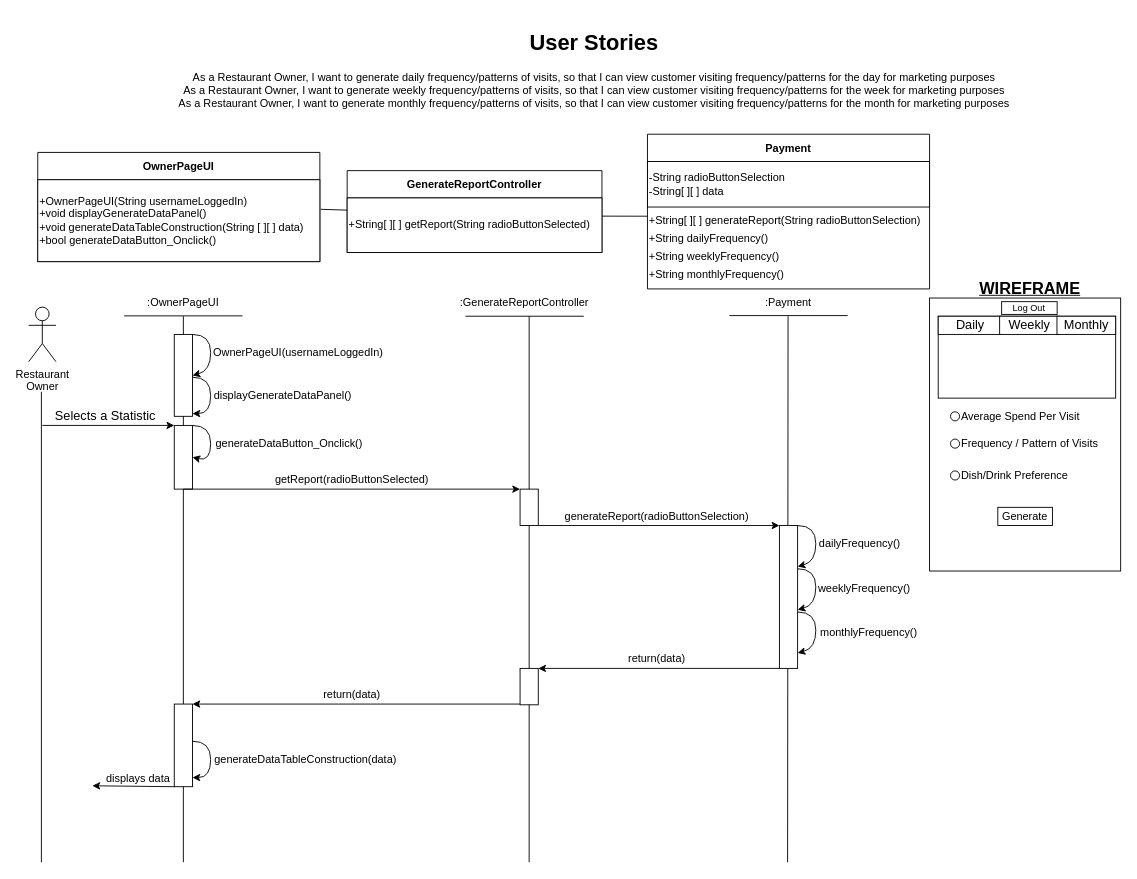
This is BCE_UML_and_Diagrams/RestaurantOwner/RestaurantOwner_VisitFrequency_#40_41_42.drawio from extred5700/JAVAGUI-Restaurant-Table-Order-System, a draw.io file, before an edit. Source tidied: cells renumbered, new cells numbered last; positions are measured from the earlier drawing's top-left corner, leaving out a move shared by most shapes. Both pictures are drawn from the tidied source at 91%, with x=0, y=0 at pixel (28, 25).
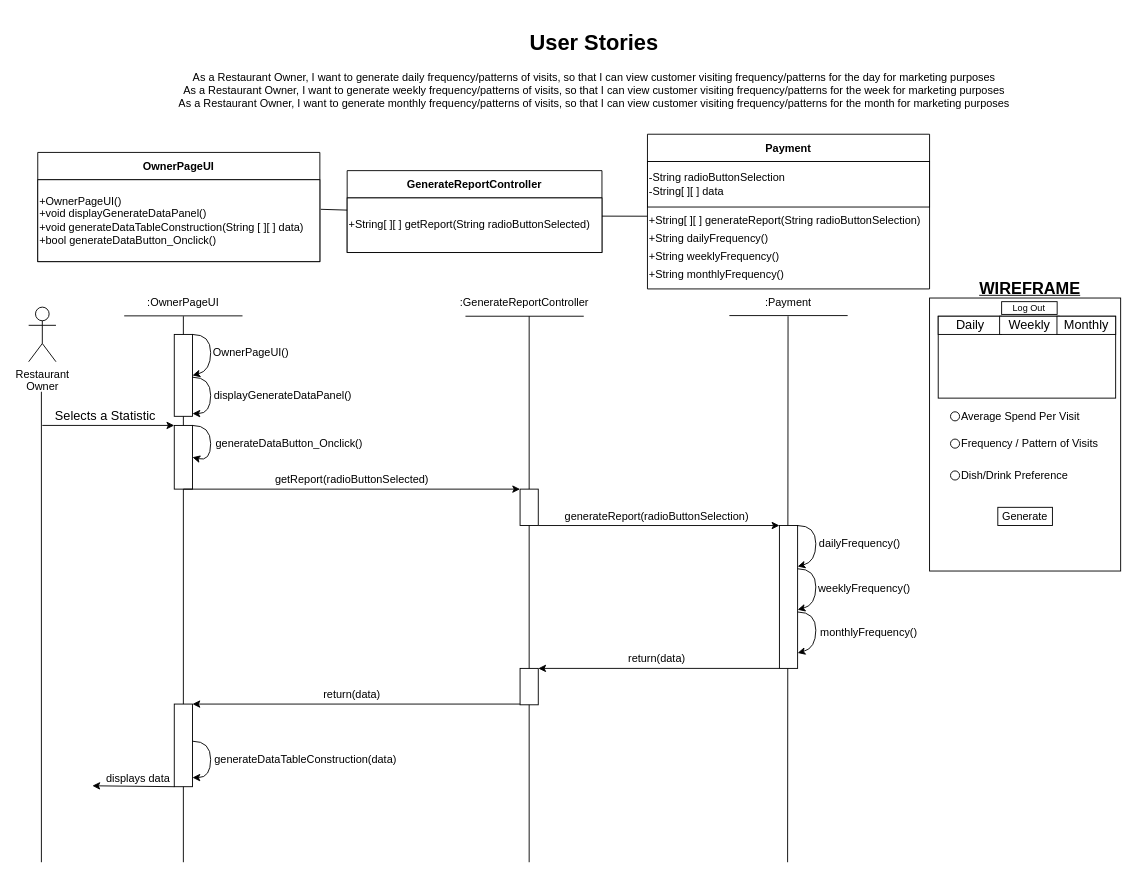
The same page after the edit.

Commit message (it also covers changes not shown here):
Fixed Restaurant Owner (Consistency)

Unchanged cells that the change refers to:
```xml
<mxCell id="2" value="OwnerPageUI" style="swimlane;startSize=30;" parent="1" vertex="1">
  <mxGeometry x="10" y="140" width="310" height="120" as="geometry" />
</mxCell>
```

The edit, as a diff of the source:
```diff
@@
-    <mxCell id="3" value="+OwnerPageUI(String usernameLoggedIn)&lt;br&gt;+void displayGenerateDataPanel()&lt;br&gt;+void generateDataTableConstruction(String [ ][ ] data)&lt;br&gt;+bool generateDataButton_Onclick()&lt;span&gt;&lt;br&gt;&lt;/span&gt;" style="whiteSpace=wrap;html=1;align=left;" parent="2" vertex="1">
+    <mxCell id="3" value="+OwnerPageUI()&lt;br&gt;+void displayGenerateDataPanel()&lt;br&gt;+void generateDataTableConstruction(String [ ][ ] data)&lt;br&gt;+bool generateDataButton_Onclick()&lt;span&gt;&lt;br&gt;&lt;/span&gt;" style="whiteSpace=wrap;html=1;align=left;" parent="2" vertex="1">
       <mxGeometry y="30" width="310" height="90" as="geometry" />
     </mxCell>
@@
-    <mxCell id="25" value="OwnerPageUI(usernameLoggedIn)" style="text;html=1;align=center;verticalAlign=middle;strokeColor=none;fillColor=none;" parent="1" vertex="1">
-      <mxGeometry x="196" y="350" width="200" height="20" as="geometry" />
+    <mxCell id="25" value="OwnerPageUI()" style="text;html=1;align=center;verticalAlign=middle;strokeColor=none;fillColor=none;" parent="1" vertex="1">
+      <mxGeometry x="194" y="350" width="100" height="20" as="geometry" />
     </mxCell>
```
